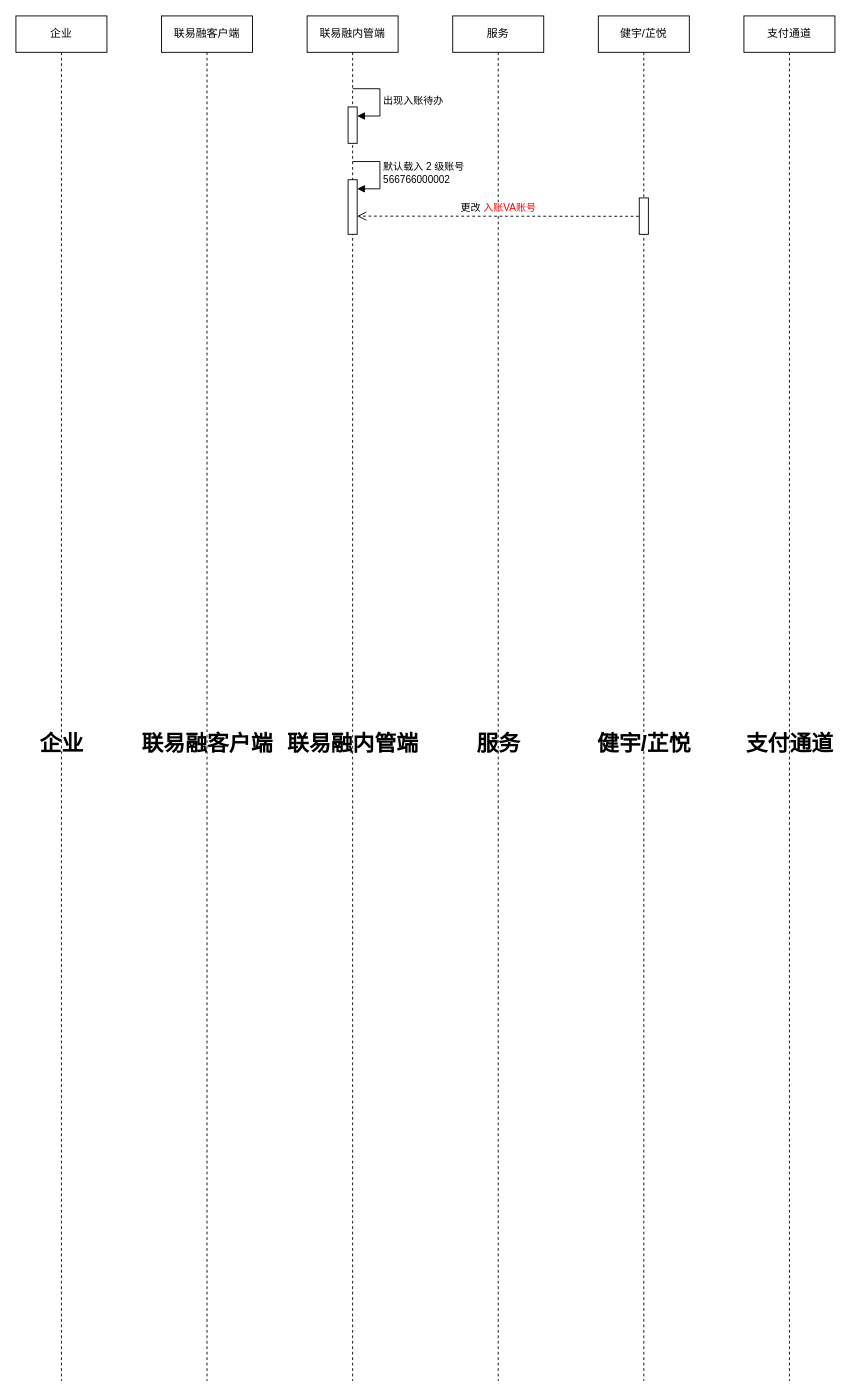
Above: LLSI/开户管理.drawio in 0573xieguojia/To-program (draw.io), before the change. Source tidied: cells renumbered, new cells numbered last; positions are measured from the earlier drawing's top-left corner, leaving out a move shared by most shapes. Both pictures are drawn from the tidied source at 91%, with x=0, y=0 at pixel (15, 15).
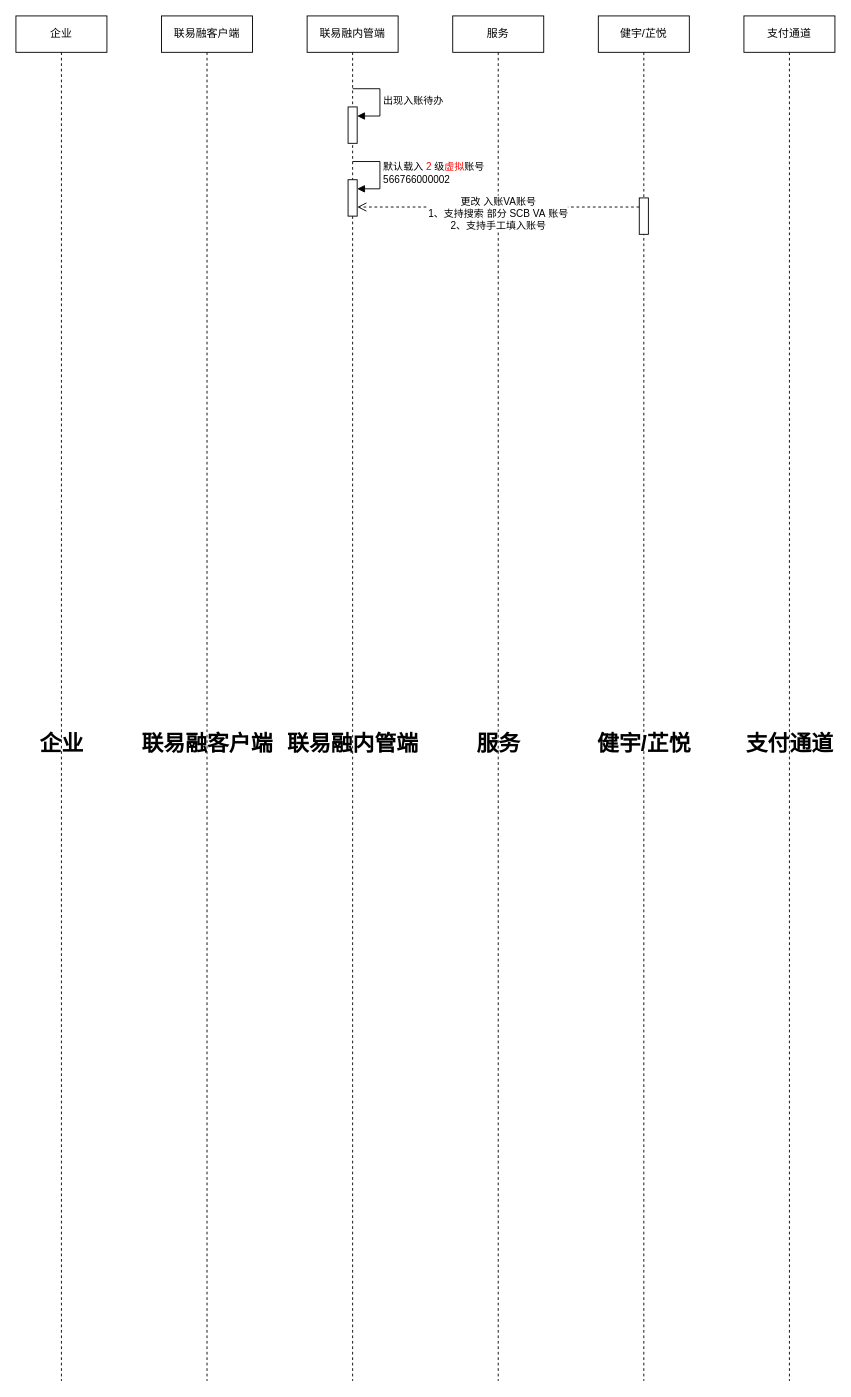
Above is the later version.

Commit message (it also covers changes not shown here):
更新开户管理.drawio

The change refers to these unchanged cells:
```xml
<mxCell id="4" value="联易融内管端" style="shape=umlLifeline;perimeter=lifelinePerimeter;whiteSpace=wrap;html=1;newEdgeStyle={&quot;edgeStyle&quot;:&quot;elbowEdgeStyle&quot;,&quot;elbow&quot;:&quot;vertical&quot;,&quot;curved&quot;:0,&quot;rounded&quot;:0};" parent="1" vertex="1">
  <mxGeometry x="320" width="100" height="1500" as="geometry" />
</mxCell>
```

The edit, as a diff of the source:
```diff
@@
     <mxCell id="7" style="html=1;points=[];perimeter=orthogonalPerimeter;outlineConnect=0;targetShapes=umlLifeline;portConstraint=eastwest;newEdgeStyle={&quot;edgeStyle&quot;:&quot;elbowEdgeStyle&quot;,&quot;elbow&quot;:&quot;vertical&quot;,&quot;curved&quot;:0,&quot;rounded&quot;:0};" parent="4" vertex="1">
-      <mxGeometry x="45" y="180" width="10" height="60" as="geometry" />
+      <mxGeometry x="45" y="180" width="10" height="40" as="geometry" />
     </mxCell>
-    <mxCell id="8" value="默认载入 2 级账号&lt;br&gt;566766000002" style="html=1;align=left;spacingLeft=2;endArrow=block;rounded=0;edgeStyle=orthogonalEdgeStyle;curved=0;rounded=0;" parent="4" edge="1" target="7">
-      <mxGeometry relative="1" as="geometry">
+    <mxCell id="8" value="默认载入&amp;nbsp;&lt;font color=&quot;#ff0000&quot;&gt;2&lt;/font&gt;&amp;nbsp;级&lt;font color=&quot;#ff0000&quot;&gt;虚拟&lt;/font&gt;账号&lt;br&gt;566766000002" style="html=1;align=left;spacingLeft=2;endArrow=block;rounded=0;edgeStyle=orthogonalEdgeStyle;curved=0;rounded=0;" parent="4" edge="1" target="7">
+      <mxGeometry x="0.01" relative="1" as="geometry">
         <mxPoint x="50" y="160" as="sourcePoint" />
         <Array as="points">
           <mxPoint x="80" y="190" />
         </Array>
       </mxGeometry>
     </mxCell>
@@
-    <mxCell id="19" value="更改 &lt;font color=&quot;#ff0000&quot;&gt;入账VA账号&lt;/font&gt;" style="html=1;verticalAlign=bottom;endArrow=open;dashed=1;endSize=8;edgeStyle=elbowEdgeStyle;elbow=vertical;curved=0;rounded=0;" parent="1" edge="1">
-      <mxGeometry relative="1" as="geometry">
-        <mxPoint x="684.5" y="220.2" as="sourcePoint" />
-        <mxPoint x="375" y="220" as="targetPoint" />
-      </mxGeometry>
-    </mxCell>
+    <mxCell id="20" value="更改&amp;nbsp;入账VA账号&lt;br&gt;1、支持搜索&amp;nbsp;部分&amp;nbsp;SCB&amp;nbsp;VA&amp;nbsp;账号&lt;br&gt;2、支持手工填入账号" style="html=1;verticalAlign=bottom;endArrow=open;dashed=1;endSize=8;edgeStyle=elbowEdgeStyle;elbow=vertical;curved=0;rounded=0;" parent="1" edge="1">
+      <mxGeometry y="30" relative="1" as="geometry">
+        <mxPoint x="685" y="210" as="sourcePoint" />
+        <mxPoint x="375.1" y="210.2" as="targetPoint" />
+      </mxGeometry>
+    </mxCell>
```
